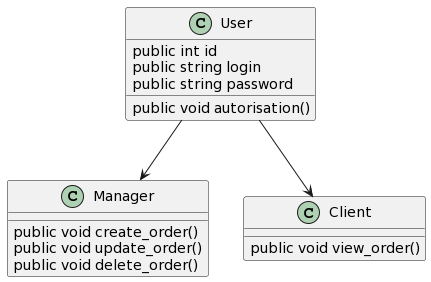
Above: diagrams/диаграмма классов.png in Kathy-Laip/flexible_software (PlantUML), before the change.
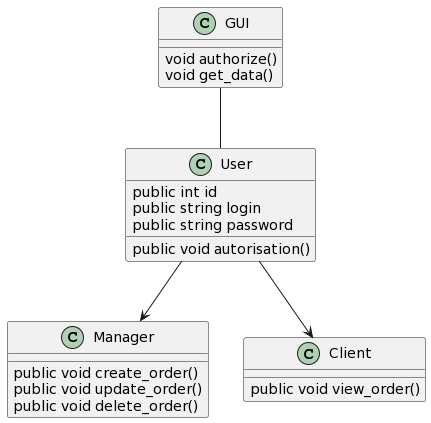
After the change.

Commit message:
changed class diagram

What changed in the source:
```diff
@@ -13,6 +13,13 @@
 class Client{
 public void view_order()
 }
+
+class GUI{
+void authorize()
+void get_data()
+}
+
+GUI -- User
 User --> Client
 User --> Manager
 @enduml
```
